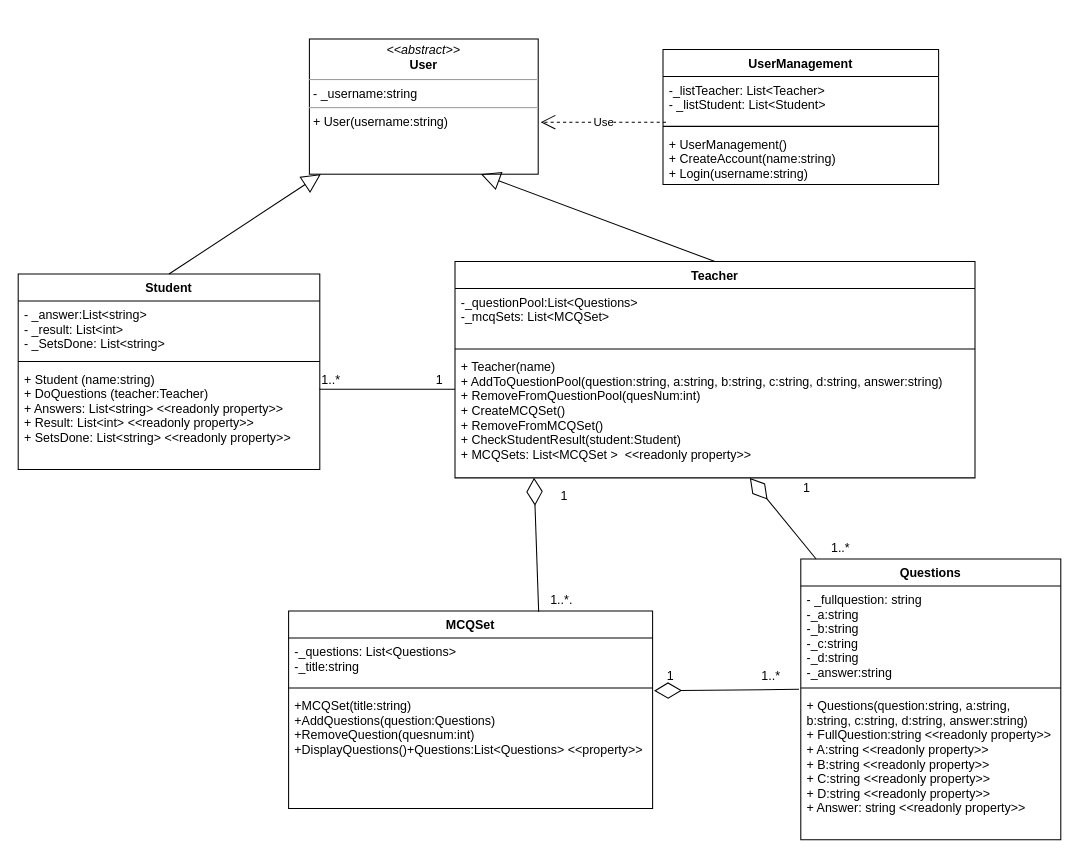
Above: CreditTaskUML.drawio in LastMinuteBanter/DistinctionTaskUML (draw.io), before the change. Source tidied: cells renumbered, new cells numbered last; positions are measured from the earlier drawing's top-left corner, leaving out a move shared by most shapes. Both pictures are drawn from the tidied source at 104%, with x=0, y=0 at pixel (18, 38).
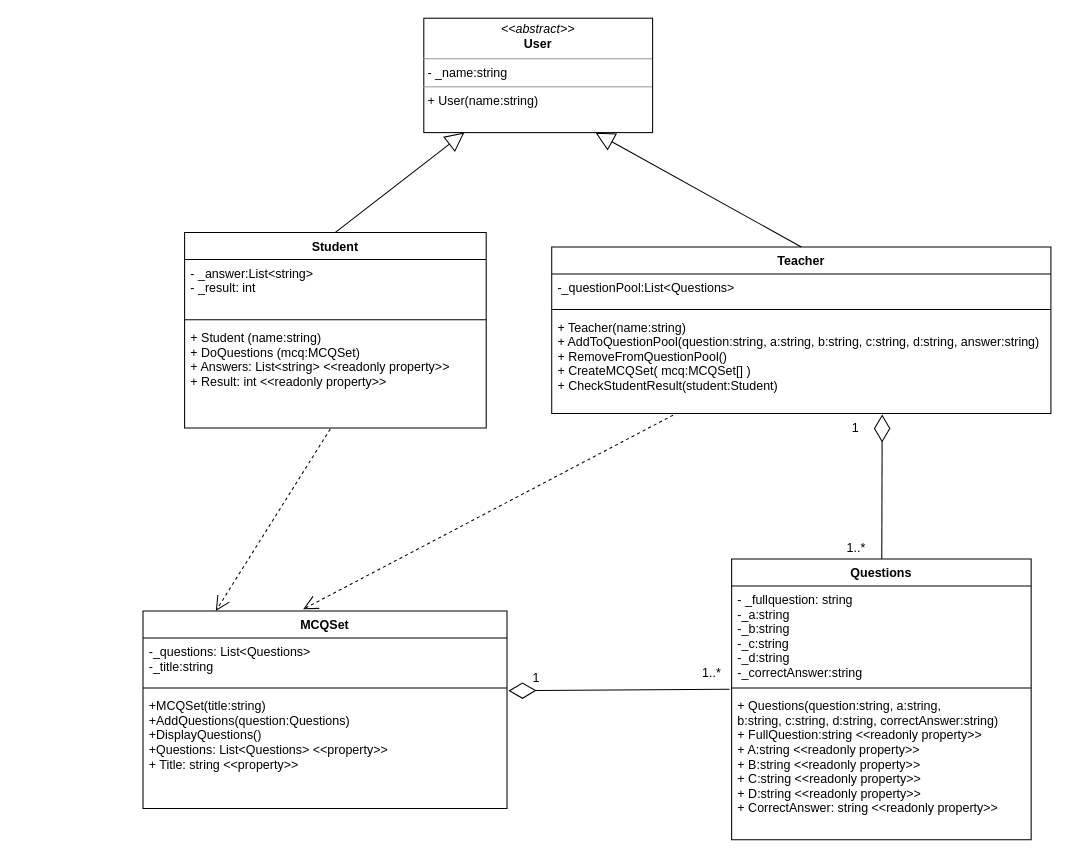
After the change.

The edit, as a diff of the source:
```diff
@@
-    <mxCell id="2" value="&lt;p style=&quot;margin: 0px ; margin-top: 4px ; text-align: center&quot;&gt;&lt;i&gt;&amp;lt;&amp;lt;abstract&amp;gt;&amp;gt;&lt;/i&gt;&lt;br&gt;&lt;b&gt;User&lt;/b&gt;&lt;/p&gt;&lt;hr size=&quot;1&quot;&gt;&lt;p style=&quot;margin: 0px ; margin-left: 4px&quot;&gt;- _username:string&lt;/p&gt;&lt;hr size=&quot;1&quot;&gt;&lt;p style=&quot;margin: 0px ; margin-left: 4px&quot;&gt;+ User(username:string)&lt;br&gt;&lt;/p&gt;" style="verticalAlign=top;align=left;overflow=fill;fontSize=12;fontFamily=Helvetica;html=1;" parent="1" vertex="1">
-      <mxGeometry x="280" width="220" height="130" as="geometry" />
+    <mxCell id="2" value="&lt;p style=&quot;margin: 0px ; margin-top: 4px ; text-align: center&quot;&gt;&lt;i&gt;&amp;lt;&amp;lt;abstract&amp;gt;&amp;gt;&lt;/i&gt;&lt;br&gt;&lt;b&gt;User&lt;/b&gt;&lt;/p&gt;&lt;hr size=&quot;1&quot;&gt;&lt;p style=&quot;margin: 0px ; margin-left: 4px&quot;&gt;- _name:string&lt;/p&gt;&lt;hr size=&quot;1&quot;&gt;&lt;p style=&quot;margin: 0px ; margin-left: 4px&quot;&gt;+ User(name:string)&lt;br&gt;&lt;/p&gt;" style="verticalAlign=top;align=left;overflow=fill;fontSize=12;fontFamily=Helvetica;html=1;" parent="1" vertex="1">
+      <mxGeometry x="390" y="-20" width="220" height="110" as="geometry" />
     </mxCell>
     <mxCell id="3" value="Student" style="swimlane;fontStyle=1;align=center;verticalAlign=top;horizontal=1;startSize=26;" parent="1" vertex="1">
-      <mxGeometry y="226" width="290" height="188" as="geometry" />
+      <mxGeometry x="160" y="186" width="290" height="188" as="geometry" />
     </mxCell>
-    <mxCell id="4" value="- _answer:List&lt;string&gt;&#10;- _result: List&lt;int&gt;&#10;- _SetsDone: List&lt;string&gt;&#10;" style="text;strokeColor=none;fillColor=none;align=left;verticalAlign=top;spacingLeft=4;spacingRight=4;overflow=hidden;" parent="3" vertex="1">
+    <mxCell id="4" value="- _answer:List&lt;string&gt;&#10;- _result: int&#10;" style="text;strokeColor=none;fillColor=none;align=left;verticalAlign=top;spacingLeft=4;spacingRight=4;overflow=hidden;" parent="3" vertex="1">
       <mxGeometry y="26" width="290" height="54" as="geometry" />
     </mxCell>
@@
-    <mxCell id="6" value="+ Student (name:string)&#10;+ DoQuestions (teacher:Teacher)&#10;+ Answers: List&lt;string&gt; &lt;&lt;readonly property&gt;&gt;&#10;+ Result: List&lt;int&gt; &lt;&lt;readonly property&gt;&gt;&#10;+ SetsDone: List&lt;string&gt; &lt;&lt;readonly property&gt;&gt;&#10;" style="text;strokeColor=none;fillColor=none;align=left;verticalAlign=top;spacingLeft=4;spacingRight=4;overflow=hidden;points=[[0,0.5],[1,0.5]];portConstraint=eastwest;" parent="3" vertex="1">
+    <mxCell id="6" value="+ Student (name:string)&#10;+ DoQuestions (mcq:MCQSet)&#10;+ Answers: List&lt;string&gt; &lt;&lt;readonly property&gt;&gt;&#10;+ Result: int &lt;&lt;readonly property&gt;&gt;&#10;" style="text;strokeColor=none;fillColor=none;align=left;verticalAlign=top;spacingLeft=4;spacingRight=4;overflow=hidden;points=[[0,0.5],[1,0.5]];portConstraint=eastwest;" parent="3" vertex="1">
       <mxGeometry y="88" width="290" height="100" as="geometry" />
     </mxCell>
     <mxCell id="7" value="Teacher" style="swimlane;fontStyle=1;align=center;verticalAlign=top;horizontal=1;startSize=26;" parent="1" vertex="1">
-      <mxGeometry x="420" y="214" width="500" height="208" as="geometry" />
+      <mxGeometry x="513" y="200" width="480" height="160" as="geometry" />
     </mxCell>
-    <mxCell id="8" value="-_questionPool:List&lt;Questions&gt;&#10;-_mcqSets: List&lt;MCQSet&gt;&#10;" style="text;strokeColor=none;fillColor=none;align=left;verticalAlign=top;spacingLeft=4;spacingRight=4;overflow=hidden;" parent="7" vertex="1">
-      <mxGeometry y="26" width="500" height="54" as="geometry" />
+    <mxCell id="8" value="-_questionPool:List&lt;Questions&gt;&#10;" style="text;strokeColor=none;fillColor=none;align=left;verticalAlign=top;spacingLeft=4;spacingRight=4;overflow=hidden;" parent="7" vertex="1">
+      <mxGeometry y="26" width="480" height="30" as="geometry" />
     </mxCell>
     <mxCell id="9" style="line;strokeWidth=1;fillColor=none;align=left;verticalAlign=middle;spacingTop=-1;spacingLeft=3;spacingRight=3;labelPosition=right;" parent="7" vertex="1">
-      <mxGeometry y="80" width="500" height="8" as="geometry" />
+      <mxGeometry y="56" width="480" height="8" as="geometry" />
     </mxCell>
-    <mxCell id="10" value="+ Teacher(name)&#10;+ AddToQuestionPool(question:string, a:string, b:string, c:string, d:string, answer:string)&#10;+ RemoveFromQuestionPool(quesNum:int)&#10;+ CreateMCQSet()&#10;+ RemoveFromMCQSet()&#10;+ CheckStudentResult(student:Student)&#10;+ MCQSets: List&lt;MCQSet &gt;  &lt;&lt;readonly property&gt;&gt;            " style="text;strokeColor=none;fillColor=none;align=left;verticalAlign=top;spacingLeft=4;spacingRight=4;overflow=hidden;points=[[0,0.5],[1,0.5]];portConstraint=eastwest;" parent="7" vertex="1">
-      <mxGeometry y="88" width="500" height="120" as="geometry" />
+    <mxCell id="10" value="+ Teacher(name:string)&#10;+ AddToQuestionPool(question:string, a:string, b:string, c:string, d:string, answer:string)&#10;+ RemoveFromQuestionPool()&#10;+ CreateMCQSet( mcq:MCQSet[] )&#10;+ CheckStudentResult(student:Student)          " style="text;strokeColor=none;fillColor=none;align=left;verticalAlign=top;spacingLeft=4;spacingRight=4;overflow=hidden;points=[[0,0.5],[1,0.5]];portConstraint=eastwest;" parent="7" vertex="1">
+      <mxGeometry y="64" width="480" height="96" as="geometry" />
     </mxCell>
     <mxCell id="11" value="MCQSet" style="swimlane;fontStyle=1;align=center;verticalAlign=top;horizontal=1;startSize=26;" parent="1" vertex="1">
-      <mxGeometry x="260" y="550" width="350" height="190" as="geometry" />
+      <mxGeometry x="120" y="550" width="350" height="190" as="geometry" />
     </mxCell>
@@
-    <mxCell id="14" value="+MCQSet(title:string)&#10;+AddQuestions(question:Questions)&#10;+RemoveQuestion(quesnum:int)&#10;+DisplayQuestions()+Questions:List&lt;Questions&gt; &lt;&lt;property&gt;&gt;&#10;" style="text;strokeColor=none;fillColor=none;align=left;verticalAlign=top;spacingLeft=4;spacingRight=4;overflow=hidden;points=[[0,0.5],[1,0.5]];portConstraint=eastwest;" parent="11" vertex="1">
+    <mxCell id="14" value="+MCQSet(title:string)&#10;+AddQuestions(question:Questions)&#10;+DisplayQuestions()&#10;+Questions: List&lt;Questions&gt; &lt;&lt;property&gt;&gt;&#10;+ Title: string &lt;&lt;property&gt;&gt;&#10;&#10;" style="text;strokeColor=none;fillColor=none;align=left;verticalAlign=top;spacingLeft=4;spacingRight=4;overflow=hidden;points=[[0,0.5],[1,0.5]];portConstraint=eastwest;" parent="11" vertex="1">
       <mxGeometry y="78" width="350" height="112" as="geometry" />
     </mxCell>
     <mxCell id="15" value="Questions" style="swimlane;fontStyle=1;align=center;verticalAlign=top;horizontal=1;startSize=26;" parent="1" vertex="1">
-      <mxGeometry x="752.5" y="500" width="250" height="270" as="geometry" />
+      <mxGeometry x="686" y="500" width="288" height="270" as="geometry" />
     </mxCell>
-    <mxCell id="16" value="- _fullquestion: string&#10;-_a:string&#10;-_b:string&#10;-_c:string&#10;-_d:string&#10;-_answer:string&#10;" style="text;strokeColor=none;fillColor=none;align=left;verticalAlign=top;spacingLeft=4;spacingRight=4;overflow=hidden;" parent="15" vertex="1">
-      <mxGeometry y="26" width="250" height="94" as="geometry" />
+    <mxCell id="16" value="- _fullquestion: string&#10;-_a:string&#10;-_b:string&#10;-_c:string&#10;-_d:string&#10;-_correctAnswer:string&#10;" style="text;strokeColor=none;fillColor=none;align=left;verticalAlign=top;spacingLeft=4;spacingRight=4;overflow=hidden;" parent="15" vertex="1">
+      <mxGeometry y="26" width="288" height="94" as="geometry" />
     </mxCell>
     <mxCell id="17" style="line;strokeWidth=1;fillColor=none;align=left;verticalAlign=middle;spacingTop=-1;spacingLeft=3;spacingRight=3;labelPosition=right;" parent="15" vertex="1">
-      <mxGeometry y="120" width="250" height="8" as="geometry" />
+      <mxGeometry y="120" width="288" height="8" as="geometry" />
     </mxCell>
-    <mxCell id="18" value="+ Questions(question:string, a:string, &#10;b:string, c:string, d:string, answer:string)&#10;+ FullQuestion:string &lt;&lt;readonly property&gt;&gt;&#10;+ A:string &lt;&lt;readonly property&gt;&gt;&#10;+ B:string &lt;&lt;readonly property&gt;&gt;&#10;+ C:string &lt;&lt;readonly property&gt;&gt;&#10;+ D:string &lt;&lt;readonly property&gt;&gt;&#10;+ Answer: string &lt;&lt;readonly property&gt;&gt;&#10;" style="text;strokeColor=none;fillColor=none;align=left;verticalAlign=top;spacingLeft=4;spacingRight=4;overflow=hidden;points=[[0,0.5],[1,0.5]];portConstraint=eastwest;" parent="15" vertex="1">
-      <mxGeometry y="128" width="250" height="142" as="geometry" />
+    <mxCell id="18" value="+ Questions(question:string, a:string, &#10;b:string, c:string, d:string, correctAnswer:string)&#10;+ FullQuestion:string &lt;&lt;readonly property&gt;&gt;&#10;+ A:string &lt;&lt;readonly property&gt;&gt;&#10;+ B:string &lt;&lt;readonly property&gt;&gt;&#10;+ C:string &lt;&lt;readonly property&gt;&gt;&#10;+ D:string &lt;&lt;readonly property&gt;&gt;&#10;+ CorrectAnswer: string &lt;&lt;readonly property&gt;&gt;&#10;" style="text;strokeColor=none;fillColor=none;align=left;verticalAlign=top;spacingLeft=4;spacingRight=4;overflow=hidden;points=[[0,0.5],[1,0.5]];portConstraint=eastwest;" parent="15" vertex="1">
+      <mxGeometry y="128" width="288" height="142" as="geometry" />
     </mxCell>
@@
-    <mxCell id="21" style="endArrow=diamondThin;endFill=0;endSize=24;html=1;entryX=0.567;entryY=1;entryDx=0;entryDy=0;entryPerimeter=0;" parent="1" edge="1" source="15" target="10">
+    <mxCell id="21" style="endArrow=diamondThin;endFill=0;endSize=24;html=1;entryX=0.662;entryY=1.011;entryDx=0;entryDy=0;entryPerimeter=0;" parent="1" edge="1" source="15" target="10">
       <mxGeometry relative="1" as="geometry" />
     </mxCell>
@@
-    <mxCell id="23" value="UserManagement" style="swimlane;fontStyle=1;align=center;verticalAlign=top;horizontal=1;startSize=26;" parent="1" vertex="1">
-      <mxGeometry x="620" y="10" width="265" height="130" as="geometry" />
-    </mxCell>
-    <mxCell id="24" value="-_listTeacher: List&lt;Teacher&gt;&#10;- _listStudent: List&lt;Student&gt;" style="text;strokeColor=none;fillColor=none;align=left;verticalAlign=top;spacingLeft=4;spacingRight=4;overflow=hidden;points=[[0,0.5],[1,0.5]];portConstraint=eastwest;" parent="23" vertex="1">
-      <mxGeometry y="26" width="265" height="44" as="geometry" />
-    </mxCell>
-    <mxCell id="25" style="line;strokeWidth=1;fillColor=none;align=left;verticalAlign=middle;spacingTop=-1;spacingLeft=3;spacingRight=3;labelPosition=right;" parent="23" vertex="1">
-      <mxGeometry y="70" width="265" height="8" as="geometry" />
-    </mxCell>
-    <mxCell id="26" value="+ UserManagement()&#10;+ CreateAccount(name:string) &#10;+ Login(username:string)&#10;&#10;" style="text;strokeColor=none;fillColor=none;align=left;verticalAlign=top;spacingLeft=4;spacingRight=4;overflow=hidden;" parent="23" vertex="1">
-      <mxGeometry y="78" width="265" height="52" as="geometry" />
-    </mxCell>
-    <mxCell id="27" value="Use" style="endArrow=open;endSize=12;dashed=1;html=1;exitX=0.011;exitY=1;exitDx=0;exitDy=0;exitPerimeter=0;entryX=1.011;entryY=0.615;entryDx=0;entryDy=0;entryPerimeter=0;" parent="1" edge="1" source="24" target="2">
-      <mxGeometry relative="1" as="geometry" />
-    </mxCell>
-    <mxCell id="28" style="endArrow=diamondThin;endFill=0;endSize=24;html=1;entryX=0.152;entryY=0.998;entryDx=0;entryDy=0;entryPerimeter=0;exitX=0.687;exitY=0.004;exitDx=0;exitDy=0;exitPerimeter=0;" parent="1" edge="1" source="11" target="10">
-      <mxGeometry relative="1" as="geometry" />
-    </mxCell>
     <mxCell id="29" value="1" style="text;html=1;align=left;verticalAlign=top;spacingTop=-4;" parent="1" vertex="1">
-      <mxGeometry x="622" y="603" width="20" height="20" as="geometry" />
+      <mxGeometry x="493" y="605" width="20" height="20" as="geometry" />
     </mxCell>
     <mxCell id="30" value="1..*" style="text;html=1;align=left;verticalAlign=top;spacingTop=-4;" parent="1" vertex="1">
-      <mxGeometry x="712.5" y="603" width="30" height="20" as="geometry" />
+      <mxGeometry x="656" y="600" width="30" height="20" as="geometry" />
     </mxCell>
-    <mxCell id="31" value="1" style="text;html=1;align=left;verticalAlign=top;spacingTop=-4;" parent="1" vertex="1">
-      <mxGeometry x="520" y="430" width="20" height="20" as="geometry" />
-    </mxCell>
-    <mxCell id="32" value="1..*." style="text;html=1;align=left;verticalAlign=top;spacingTop=-4;" parent="1" vertex="1">
-      <mxGeometry x="510" y="530" width="40" height="20" as="geometry" />
-    </mxCell>
     <mxCell id="33" value="1..*" style="text;html=1;align=left;verticalAlign=top;spacingTop=-4;" parent="1" vertex="1">
-      <mxGeometry x="780" y="480" width="30" height="20" as="geometry" />
+      <mxGeometry x="795" y="480" width="30" height="20" as="geometry" />
     </mxCell>
     <mxCell id="34" value="1" style="text;html=1;align=left;verticalAlign=top;spacingTop=-4;" parent="1" vertex="1">
-      <mxGeometry x="752.5" y="422" width="20" height="20" as="geometry" />
+      <mxGeometry x="800" y="364" width="20" height="20" as="geometry" />
     </mxCell>
-    <mxCell id="35" style="endArrow=none;html=1;edgeStyle=orthogonalEdgeStyle;exitX=0.999;exitY=0.228;exitDx=0;exitDy=0;exitPerimeter=0;" parent="1" edge="1" source="6" target="10">
-      <mxGeometry relative="1" as="geometry">
-        <Array as="points">
-          <mxPoint x="387" y="337" />
-          <mxPoint x="387" y="337" />
-        </Array>
-      </mxGeometry>
-    </mxCell>
-    <mxCell id="36" style="html=1;align=left;verticalAlign=bottom;labelBackgroundColor=#ffffff;fontSize=10;" parent="35" vertex="1">
-      <mxGeometry x="-1" relative="1" as="geometry" />
-    </mxCell>
-    <mxCell id="37" style="html=1;align=right;verticalAlign=bottom;labelBackgroundColor=#ffffff;fontSize=10;" parent="35" vertex="1">
-      <mxGeometry x="1" relative="1" as="geometry" />
-    </mxCell>
-    <mxCell id="38" value="1..*" style="text;html=1;align=left;verticalAlign=top;spacingTop=-4;" parent="1" vertex="1">
-      <mxGeometry x="290" y="318" width="30" height="20" as="geometry" />
-    </mxCell>
-    <mxCell id="39" value="1" style="text;html=1;align=left;verticalAlign=top;spacingTop=-4;" parent="1" vertex="1">
-      <mxGeometry x="400" y="318" width="20" height="20" as="geometry" />
-    </mxCell>
+    <mxCell id="40" style="endArrow=open;endSize=12;dashed=1;html=1;exitX=0.243;exitY=1.018;exitDx=0;exitDy=0;exitPerimeter=0;entryX=0.44;entryY=-0.009;entryDx=0;entryDy=0;entryPerimeter=0;" parent="1" edge="1" source="10" target="11">
+      <mxGeometry relative="1" as="geometry" />
+    </mxCell>
+    <mxCell id="41" style="endArrow=open;endSize=12;dashed=1;html=1;exitX=0.483;exitY=1.01;exitDx=0;exitDy=0;exitPerimeter=0;entryX=0.2;entryY=0;entryDx=0;entryDy=0;entryPerimeter=0;" parent="1" edge="1" source="6" target="11">
+      <mxGeometry relative="1" as="geometry" />
+    </mxCell>
```
